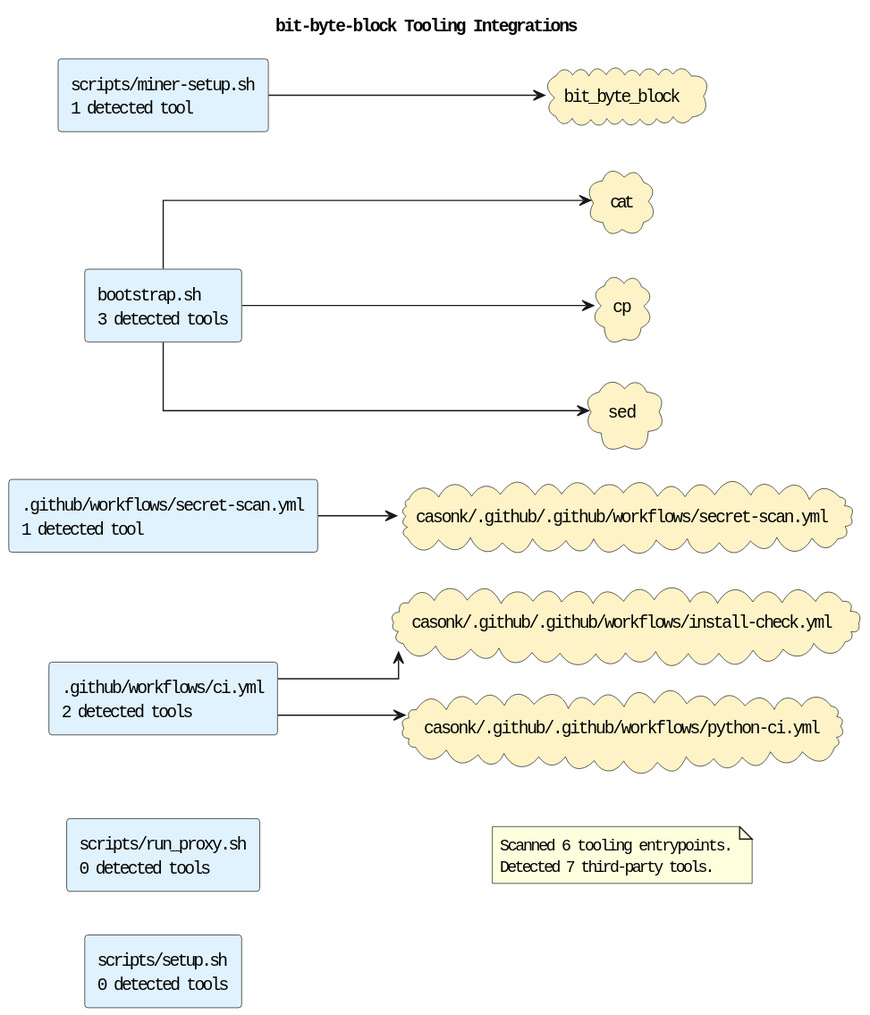
Above: docs/diagrams/tooling-integrations.puml.svg in casonk/bit-byte-block (PlantUML), before the change.
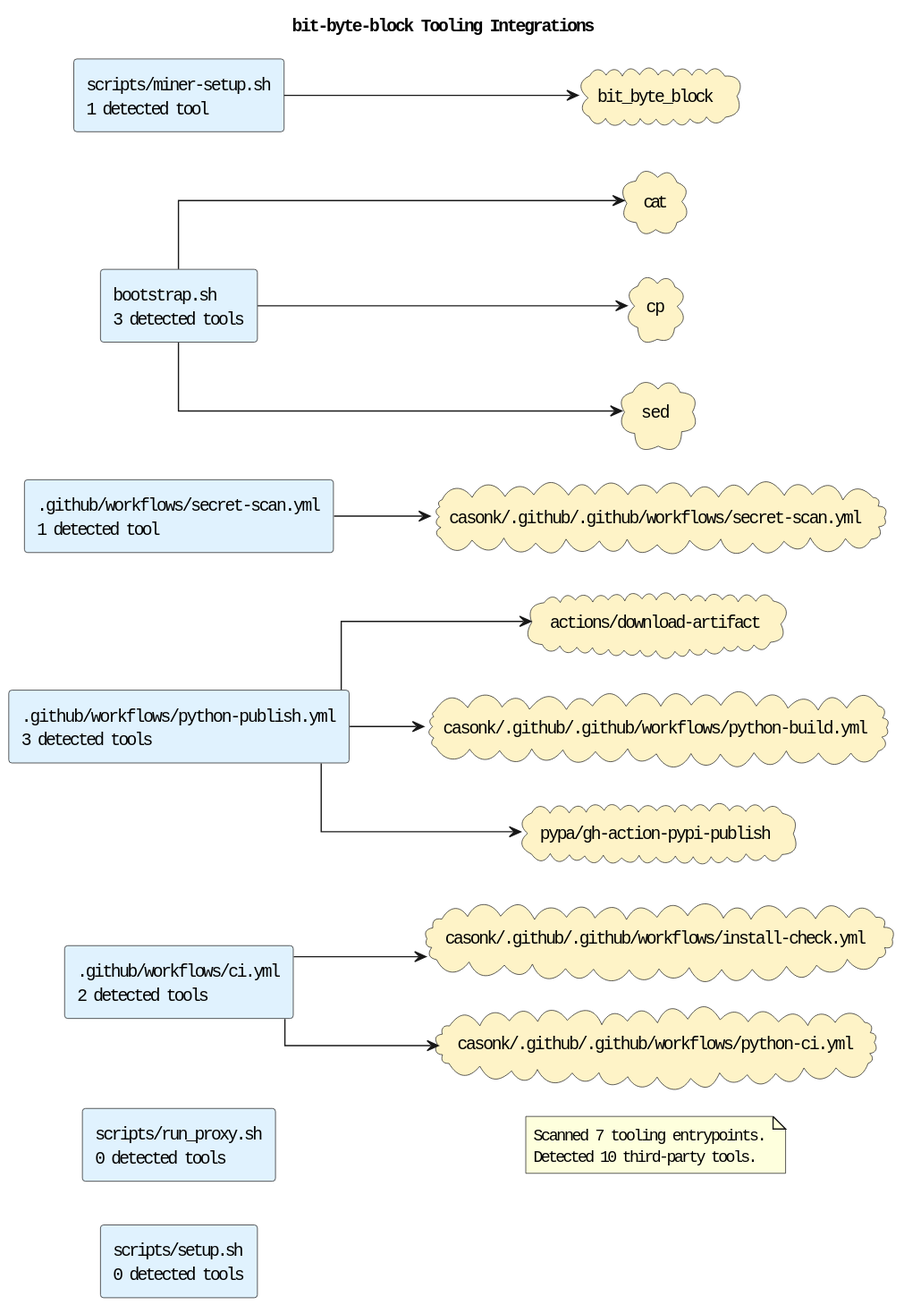
The same diagram one commit later.

Change to the diagram source:
```diff
@@ -6,27 +6,34 @@
 skinparam componentStyle rectangle
 skinparam linetype ortho
 rectangle ".github/workflows/ci.yml\n2 detected tools" as source_github_workflows_ci_yml #E0F2FE
+rectangle ".github/workflows/python-publish.yml\n3 detected tools" as source_github_workflows_python_publish_yml #E0F2FE
 rectangle ".github/workflows/secret-scan.yml\n1 detected tool" as source_github_workflows_secret_scan_yml #E0F2FE
 rectangle "bootstrap.sh\n3 detected tools" as source_bootstrap_sh #E0F2FE
 rectangle "scripts/miner-setup.sh\n1 detected tool" as source_scripts_miner_setup_sh #E0F2FE
 rectangle "scripts/run_proxy.sh\n0 detected tools" as source_scripts_run_proxy_sh #E0F2FE
 rectangle "scripts/setup.sh\n0 detected tools" as source_scripts_setup_sh #E0F2FE
+cloud "actions/download-artifact" as tool_actions_download_artifact #FEF3C7
 cloud "bit_byte_block" as tool_bit_byte_block #FEF3C7
 cloud "casonk/.github/.github/workflows/install-check.yml" as tool_casonk_github_github_workflows_install_check_yml #FEF3C7
+cloud "casonk/.github/.github/workflows/python-build.yml" as tool_casonk_github_github_workflows_python_build_yml #FEF3C7
 cloud "casonk/.github/.github/workflows/python-ci.yml" as tool_casonk_github_github_workflows_python_ci_yml #FEF3C7
 cloud "casonk/.github/.github/workflows/secret-scan.yml" as tool_casonk_github_github_workflows_secret_scan_yml #FEF3C7
 cloud "cat" as tool_cat #FEF3C7
 cloud "cp" as tool_cp #FEF3C7
+cloud "pypa/gh-action-pypi-publish" as tool_pypa_gh_action_pypi_publish #FEF3C7
 cloud "sed" as tool_sed #FEF3C7
 source_github_workflows_ci_yml --> tool_casonk_github_github_workflows_install_check_yml
 source_github_workflows_ci_yml --> tool_casonk_github_github_workflows_python_ci_yml
+source_github_workflows_python_publish_yml --> tool_actions_download_artifact
+source_github_workflows_python_publish_yml --> tool_casonk_github_github_workflows_python_build_yml
+source_github_workflows_python_publish_yml --> tool_pypa_gh_action_pypi_publish
 source_github_workflows_secret_scan_yml --> tool_casonk_github_github_workflows_secret_scan_yml
 source_bootstrap_sh --> tool_cat
 source_bootstrap_sh --> tool_cp
 source_bootstrap_sh --> tool_sed
 source_scripts_miner_setup_sh --> tool_bit_byte_block
 note as toolingGraphSummary
-Scanned 6 tooling entrypoints.
-Detected 7 third-party tools.
+Scanned 7 tooling entrypoints.
+Detected 10 third-party tools.
 end note
 @enduml
```
